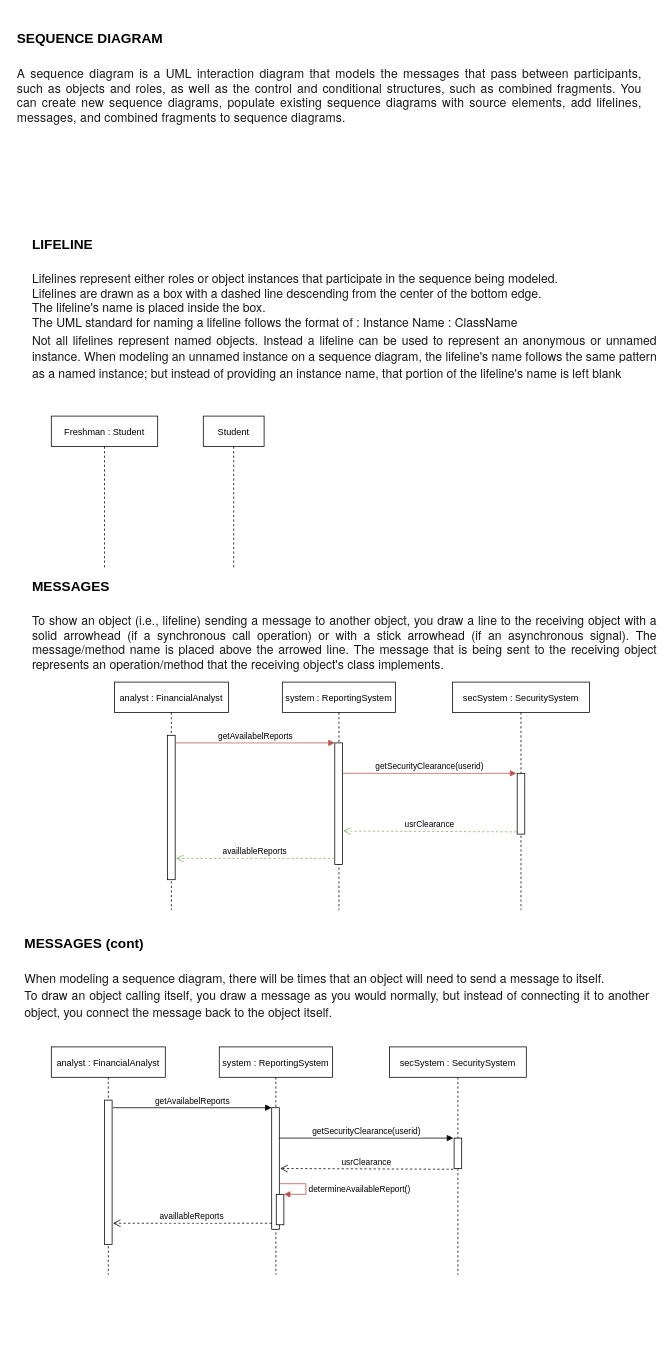
Before: page "Sequence Basic" (1 of 2) of Sequence.drawio in huutriGh/Apptech-Diagram, a draw.io diagram. Source tidied: cells renumbered, new cells numbered last; positions are measured from the earlier drawing's top-left corner, leaving out a move shared by most shapes. Both pictures are drawn from the tidied source at 76%, with x=0, y=0 at pixel (13, 21).
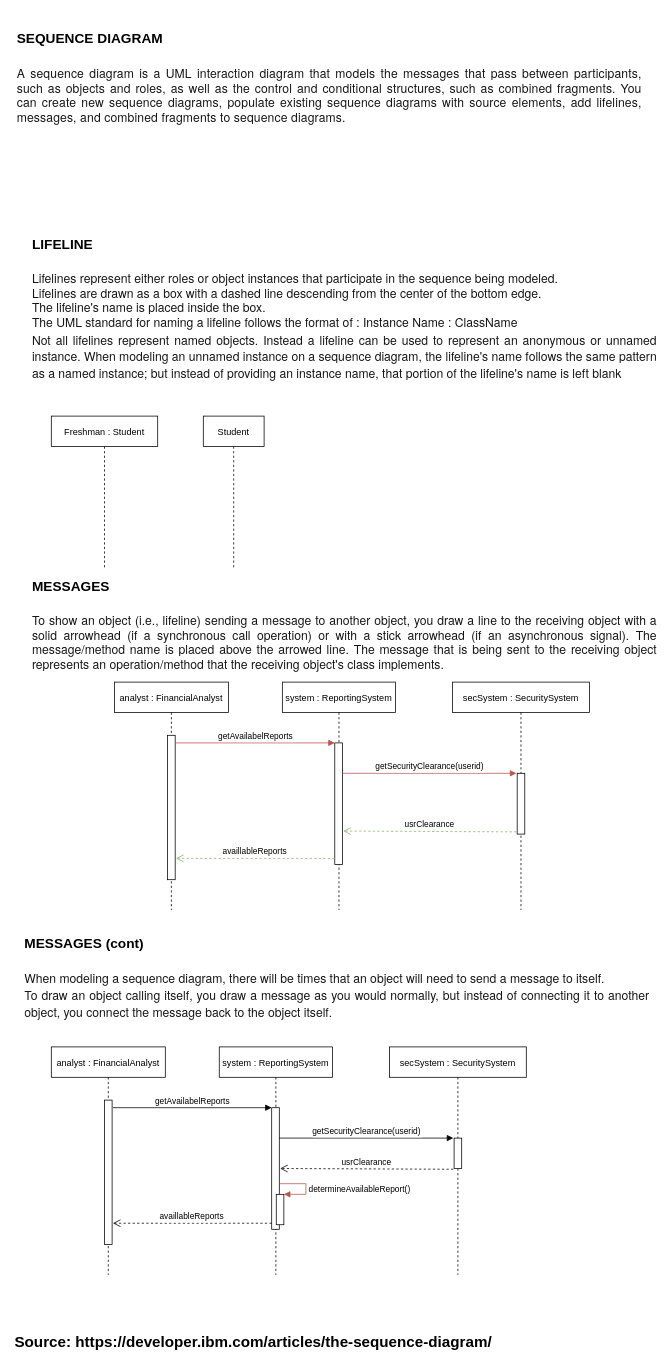
The same page after the edit.

The edit, as a diff of the source:
```diff
@@
+    <mxCell id="30" value="Source: https://developer.ibm.com/articles/the-sequence-diagram/" style="text;whiteSpace=wrap;html=1;fontStyle=1;fontSize=20;" parent="1" vertex="1">
+      <mxGeometry y="1720" width="660" height="30" as="geometry" />
+    </mxCell>
```
